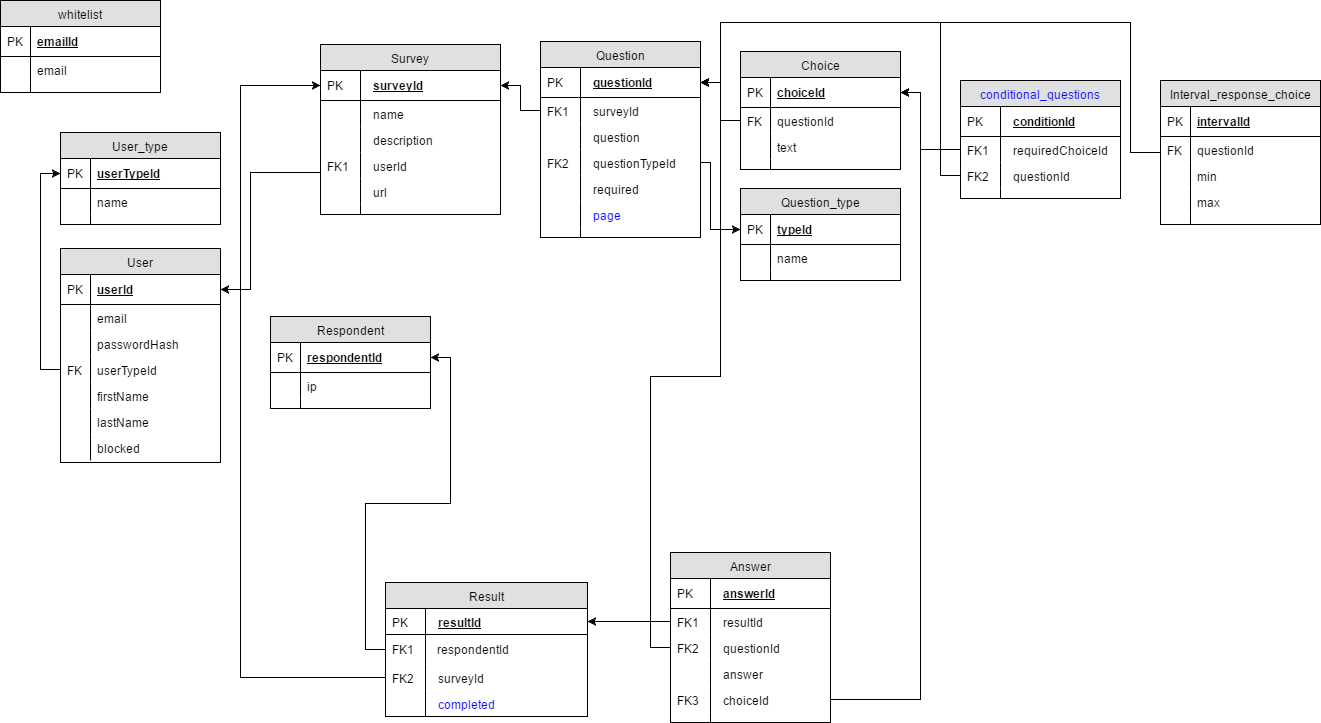
Javainis2017/SurveyApplication keeps this draw.io diagram as UML/Apklausų DB.png. Above is the earlier version. Source tidied: cells renumbered, new cells last; positions are measured from the earlier drawing's top-left corner, leaving out a move shared by most shapes.
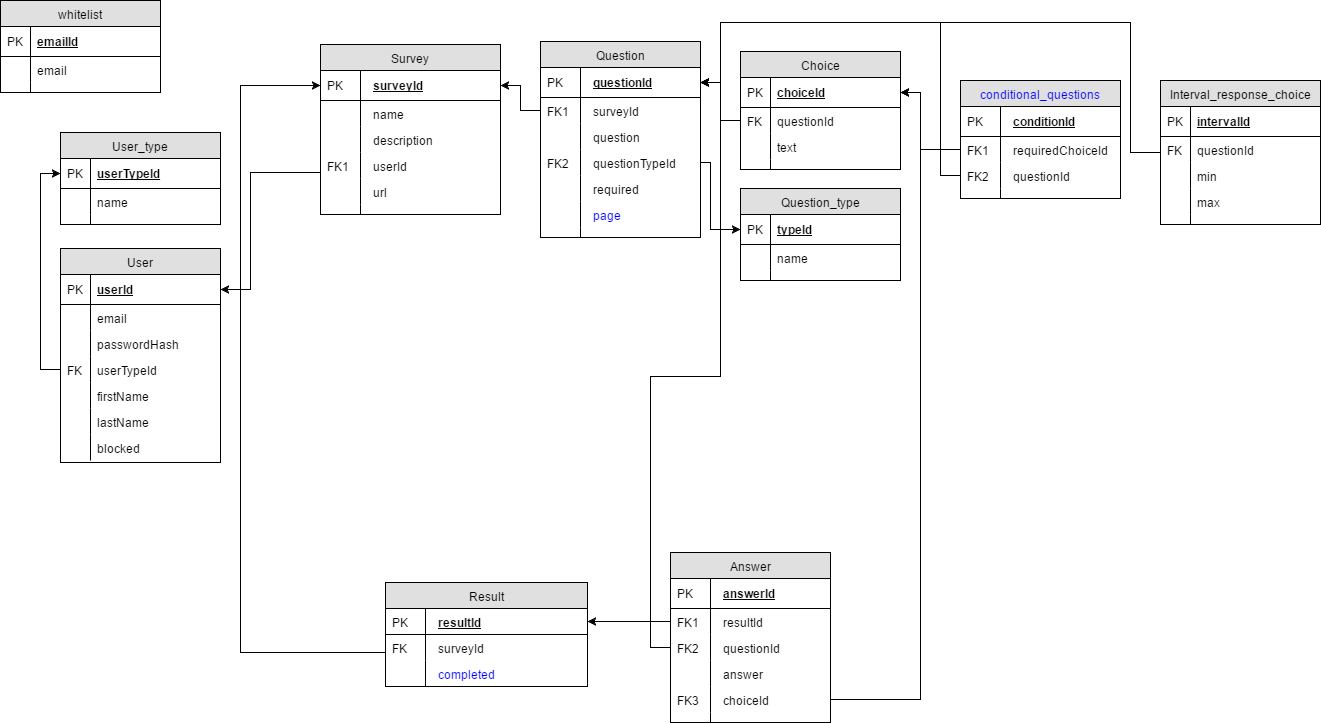
After the change.

The edit, as a diff of the source:
```diff
@@ -219,7 +219,7 @@
       <mxGeometry width="40" height="10" as="geometry" />
     </mxCell>
     <mxCell id="74" value="Result" style="swimlane;html=1;fontStyle=0;horizontal=1;startSize=26;fillColor=#e0e0e0;swimlaneFillColor=#ffffff;align=center;" parent="1" vertex="1">
-      <mxGeometry x="385" y="582" width="202" height="134" as="geometry" />
+      <mxGeometry x="385" y="582" width="202" height="104" as="geometry" />
     </mxCell>
     <mxCell id="75" value="resultId" style="shape=partialRectangle;top=0;left=0;right=0;bottom=1;html=1;align=left;verticalAlign=top;fillColor=none;spacingLeft=50;spacingRight=4;whiteSpace=wrap;overflow=hidden;points=[[0,0.5],[1,0.5]];portConstraint=eastwest;strokeColor=#000000;fontStyle=5;" parent="74" vertex="1">
       <mxGeometry y="26" width="202" height="26" as="geometry" />
@@ -227,20 +227,14 @@
     <mxCell id="76" value="PK" style="shape=partialRectangle;top=0;left=0;bottom=0;html=1;fillColor=none;align=left;verticalAlign=top;spacingLeft=4;spacingRight=4;whiteSpace=wrap;overflow=hidden;" parent="75" vertex="1">
       <mxGeometry width="40" height="26" as="geometry" />
     </mxCell>
-    <mxCell id="77" value="&lt;span style=&quot;font-weight: normal&quot;&gt;respondentId&lt;/span&gt;" style="shape=partialRectangle;top=0;left=0;right=0;bottom=1;html=1;align=left;verticalAlign=middle;fillColor=none;spacingLeft=50;spacingRight=4;whiteSpace=wrap;overflow=hidden;points=[[0,0.5],[1,0.5]];portConstraint=eastwest;fontStyle=1;strokeColor=none;" parent="74" vertex="1">
-      <mxGeometry y="52" width="202" height="30" as="geometry" />
-    </mxCell>
-    <mxCell id="78" value="&lt;span style=&quot;font-weight: normal&quot;&gt;FK1&lt;/span&gt;" style="shape=partialRectangle;fontStyle=1;top=0;left=0;bottom=0;html=1;fillColor=none;align=left;verticalAlign=middle;spacingLeft=4;spacingRight=4;whiteSpace=wrap;overflow=hidden;" parent="77" vertex="1">
-      <mxGeometry width="40" height="30" as="geometry" />
-    </mxCell>
     <mxCell id="79" value="surveyId" style="shape=partialRectangle;top=0;left=0;right=0;bottom=0;html=1;align=left;verticalAlign=top;fillColor=none;spacingLeft=50;spacingRight=4;whiteSpace=wrap;overflow=hidden;points=[[0,0.5],[1,0.5]];portConstraint=eastwest;" parent="74" vertex="1">
-      <mxGeometry y="82" width="202" height="26" as="geometry" />
+      <mxGeometry y="52" width="202" height="26" as="geometry" />
     </mxCell>
-    <mxCell id="80" value="FK2" style="shape=partialRectangle;top=0;left=0;bottom=0;html=1;fillColor=none;align=left;verticalAlign=top;spacingLeft=4;spacingRight=4;whiteSpace=wrap;overflow=hidden;" parent="79" vertex="1">
+    <mxCell id="80" value="FK" style="shape=partialRectangle;top=0;left=0;bottom=0;html=1;fillColor=none;align=left;verticalAlign=top;spacingLeft=4;spacingRight=4;whiteSpace=wrap;overflow=hidden;" parent="79" vertex="1">
       <mxGeometry width="40" height="26" as="geometry" />
     </mxCell>
     <mxCell id="81" value="completed" style="shape=partialRectangle;top=0;left=0;right=0;bottom=0;html=1;align=left;verticalAlign=top;fillColor=none;spacingLeft=50;spacingRight=4;whiteSpace=wrap;overflow=hidden;strokeColor=#000000;labelBackgroundColor=none;fontColor=#0000FF;" parent="74" vertex="1">
-      <mxGeometry y="108" width="202" height="26" as="geometry" />
+      <mxGeometry y="78" width="202" height="26" as="geometry" />
     </mxCell>
     <mxCell id="82" style="shape=partialRectangle;top=0;left=0;bottom=0;html=1;fillColor=none;align=left;verticalAlign=top;spacingLeft=4;spacingRight=4;whiteSpace=wrap;overflow=hidden;" parent="81" vertex="1">
       <mxGeometry width="40" height="26" as="geometry" />
@@ -287,27 +281,6 @@
     <mxCell id="96" style="shape=partialRectangle;top=0;left=0;bottom=0;html=1;fillColor=none;align=left;verticalAlign=top;spacingLeft=4;spacingRight=4;whiteSpace=wrap;overflow=hidden;" parent="95" vertex="1">
       <mxGeometry width="30" height="10" as="geometry" />
     </mxCell>
-    <mxCell id="97" value="Respondent" style="swimlane;html=1;fontStyle=0;horizontal=1;startSize=26;fillColor=#e0e0e0;swimlaneFillColor=#ffffff;align=center;strokeColor=#000000;" parent="1" vertex="1">
-      <mxGeometry x="270" y="316" width="160" height="92" as="geometry" />
-    </mxCell>
-    <mxCell id="98" value="respondentId" style="shape=partialRectangle;top=0;left=0;right=0;bottom=1;html=1;align=left;verticalAlign=middle;fillColor=none;spacingLeft=34;spacingRight=4;whiteSpace=wrap;overflow=hidden;points=[[0,0.5],[1,0.5]];portConstraint=eastwest;fontStyle=5;" parent="97" vertex="1">
-      <mxGeometry y="26" width="160" height="30" as="geometry" />
-    </mxCell>
-    <mxCell id="99" value="PK" style="shape=partialRectangle;top=0;left=0;bottom=0;html=1;fillColor=none;align=left;verticalAlign=middle;spacingLeft=4;spacingRight=4;whiteSpace=wrap;overflow=hidden;" parent="98" vertex="1">
-      <mxGeometry width="30" height="30" as="geometry" />
-    </mxCell>
-    <mxCell id="100" value="ip" style="shape=partialRectangle;top=0;left=0;right=0;bottom=0;html=1;align=left;verticalAlign=top;fillColor=none;spacingLeft=34;spacingRight=4;whiteSpace=wrap;overflow=hidden;" parent="97" vertex="1">
-      <mxGeometry y="56" width="160" height="26" as="geometry" />
-    </mxCell>
-    <mxCell id="101" style="shape=partialRectangle;top=0;left=0;bottom=0;html=1;fillColor=none;align=left;verticalAlign=top;spacingLeft=4;spacingRight=4;whiteSpace=wrap;overflow=hidden;" parent="100" vertex="1">
-      <mxGeometry width="30" height="26" as="geometry" />
-    </mxCell>
-    <mxCell id="102" style="shape=partialRectangle;top=0;left=0;right=0;bottom=0;html=1;align=left;verticalAlign=top;fillColor=none;spacingLeft=34;spacingRight=4;whiteSpace=wrap;overflow=hidden;" parent="97" vertex="1">
-      <mxGeometry y="82" width="160" height="10" as="geometry" />
-    </mxCell>
-    <mxCell id="103" style="shape=partialRectangle;top=0;left=0;bottom=0;html=1;fillColor=none;align=left;verticalAlign=top;spacingLeft=4;spacingRight=4;whiteSpace=wrap;overflow=hidden;" parent="102" vertex="1">
-      <mxGeometry width="30" height="10" as="geometry" />
-    </mxCell>
     <mxCell id="104" value="conditional_questions" style="swimlane;html=1;fontStyle=0;horizontal=1;startSize=26;fillColor=#e0e0e0;swimlaneFillColor=#ffffff;align=center;labelBackgroundColor=none;strokeColor=#000000;fontColor=#0000FF;" parent="1" vertex="1">
       <mxGeometry x="960" y="80" width="160" height="118" as="geometry" />
     </mxCell>
@@ -377,9 +350,6 @@
         </Array>
       </mxGeometry>
     </mxCell>
-    <mxCell id="119" style="edgeStyle=orthogonalEdgeStyle;rounded=0;html=1;entryX=1;entryY=0.5;jettySize=auto;fontColor=#0000FF;" parent="1" edge="1" source="77" target="98">
-      <mxGeometry relative="1" as="geometry" />
-    </mxCell>
     <mxCell id="120" style="edgeStyle=orthogonalEdgeStyle;rounded=0;html=1;entryX=0;entryY=0.5;jettySize=auto;fontColor=#0000FF;" parent="1" edge="1" source="9" target="91">
       <mxGeometry relative="1" as="geometry" />
     </mxCell>
@@ -437,7 +407,7 @@
     <mxCell id="134" style="edgeStyle=orthogonalEdgeStyle;rounded=0;html=1;entryX=0;entryY=0.5;jettySize=auto;fontColor=#000000;" parent="1" edge="1" source="79" target="18">
       <mxGeometry relative="1" as="geometry">
         <Array as="points">
-          <mxPoint x="240" y="677" />
+          <mxPoint x="240" y="652" />
           <mxPoint x="240" y="85" />
         </Array>
       </mxGeometry>
```
